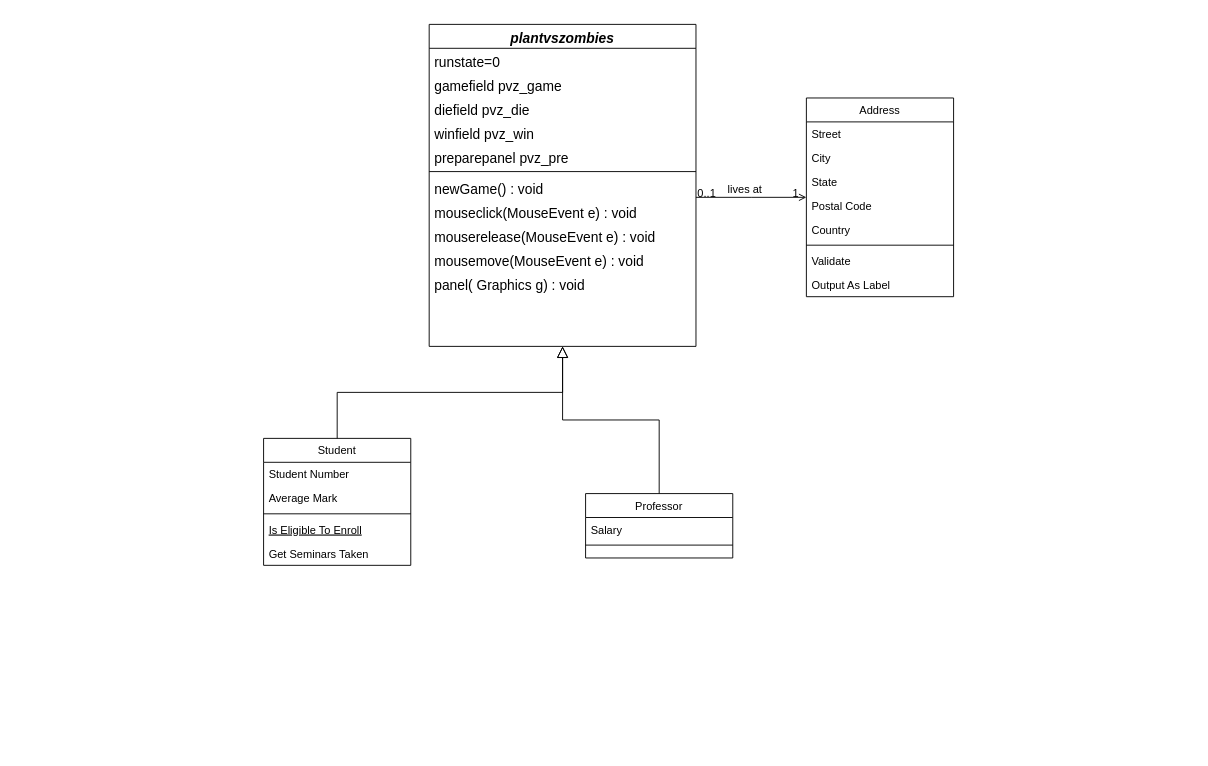
This is Untitled Diagram.drawio from meowie2k3/BoxOfParticle, a draw.io file, before an edit. Source tidied: cells renumbered, new cells numbered last; positions are measured from the earlier drawing's top-left corner, leaving out a move shared by most shapes. Both pictures are drawn from the tidied source at 92%, with x=0, y=0 at pixel (263, 24).
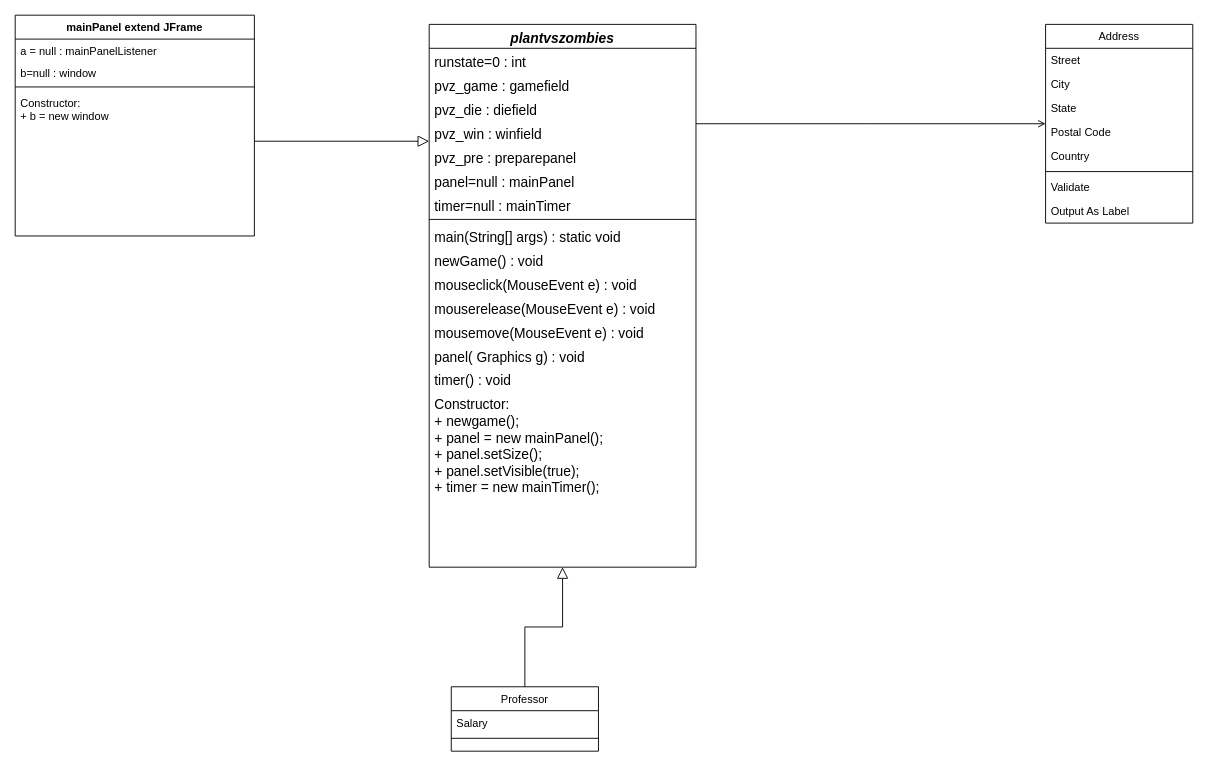
After the change.

Unchanged cells that the change refers to:
```xml
<mxCell id="34" style="endArrow=open;shadow=0;strokeWidth=1;rounded=0;endFill=1;edgeStyle=elbowEdgeStyle;elbow=vertical;" parent="1" edge="1" source="2" target="25">
  <mxGeometry x="0.5" y="41" relative="1" as="geometry">
    <mxPoint x="-40" y="32" as="offset" />
  </mxGeometry>
</mxCell>
```

Diff of the diagram source:
```diff
@@
     <mxCell id="2" value="plantvszombies" style="swimlane;fontStyle=3;align=center;verticalAlign=top;horizontal=1;startSize=26;rounded=0;shadow=0;strokeWidth=1;fontSize=15;" parent="1" vertex="1">
-      <mxGeometry x="180" width="290" height="350" as="geometry" />
+      <mxGeometry x="180" width="290" height="590" as="geometry" />
     </mxCell>
-    <mxCell id="3" value="runstate=0" style="text;align=left;verticalAlign=top;spacingLeft=4;spacingRight=4;overflow=hidden;fontSize=15;" parent="2" vertex="1">
+    <mxCell id="3" value="runstate=0 : int" style="text;align=left;verticalAlign=top;spacingLeft=4;spacingRight=4;overflow=hidden;fontSize=15;" parent="2" vertex="1">
       <mxGeometry y="26" width="290" height="26" as="geometry" />
     </mxCell>
-    <mxCell id="4" value="gamefield pvz_game" style="text;align=left;verticalAlign=top;spacingLeft=4;spacingRight=4;overflow=hidden;rounded=0;shadow=0;html=0;fontSize=15;" parent="2" vertex="1">
+    <mxCell id="4" value="pvz_game : gamefield" style="text;align=left;verticalAlign=top;spacingLeft=4;spacingRight=4;overflow=hidden;rounded=0;shadow=0;html=0;fontSize=15;" parent="2" vertex="1">
       <mxGeometry y="52" width="290" height="26" as="geometry" />
     </mxCell>
-    <mxCell id="5" value="diefield pvz_die" style="text;align=left;verticalAlign=top;spacingLeft=4;spacingRight=4;overflow=hidden;rounded=0;shadow=0;html=0;fontSize=15;" parent="2" vertex="1">
+    <mxCell id="5" value="pvz_die : diefield" style="text;align=left;verticalAlign=top;spacingLeft=4;spacingRight=4;overflow=hidden;rounded=0;shadow=0;html=0;fontSize=15;" parent="2" vertex="1">
       <mxGeometry y="78" width="290" height="26" as="geometry" />
     </mxCell>
-    <mxCell id="6" value="winfield pvz_win" style="text;align=left;verticalAlign=top;spacingLeft=4;spacingRight=4;overflow=hidden;rounded=0;shadow=0;html=0;fontSize=15;" parent="2" vertex="1">
+    <mxCell id="6" value="pvz_win : winfield" style="text;align=left;verticalAlign=top;spacingLeft=4;spacingRight=4;overflow=hidden;rounded=0;shadow=0;html=0;fontSize=15;" parent="2" vertex="1">
       <mxGeometry y="104" width="290" height="26" as="geometry" />
     </mxCell>
-    <mxCell id="7" value="preparepanel pvz_pre" style="text;align=left;verticalAlign=top;spacingLeft=4;spacingRight=4;overflow=hidden;rounded=0;shadow=0;html=0;fontSize=15;" parent="2" vertex="1">
+    <mxCell id="7" value="pvz_pre : preparepanel" style="text;align=left;verticalAlign=top;spacingLeft=4;spacingRight=4;overflow=hidden;rounded=0;shadow=0;html=0;fontSize=15;" parent="2" vertex="1">
       <mxGeometry y="130" width="290" height="26" as="geometry" />
     </mxCell>
+    <mxCell id="38" value="panel=null : mainPanel" style="text;align=left;verticalAlign=top;spacingLeft=4;spacingRight=4;overflow=hidden;rounded=0;shadow=0;html=0;fontSize=15;" parent="2" vertex="1">
+      <mxGeometry y="156" width="290" height="26" as="geometry" />
+    </mxCell>
+    <mxCell id="39" value="timer=null : mainTimer" style="text;align=left;verticalAlign=top;spacingLeft=4;spacingRight=4;overflow=hidden;rounded=0;shadow=0;html=0;fontSize=15;" parent="2" vertex="1">
+      <mxGeometry y="182" width="290" height="26" as="geometry" />
+    </mxCell>
     <mxCell id="8" style="line;html=1;strokeWidth=1;align=left;verticalAlign=middle;spacingTop=-1;spacingLeft=3;spacingRight=3;labelPosition=right;" parent="2" vertex="1">
-      <mxGeometry y="156" width="290" height="8" as="geometry" />
+      <mxGeometry y="208" width="290" height="8" as="geometry" />
     </mxCell>
+    <mxCell id="40" value="main(String[] args) : static void" style="text;align=left;verticalAlign=top;spacingLeft=4;spacingRight=4;overflow=hidden;fontSize=15;" parent="2" vertex="1">
+      <mxGeometry y="216" width="290" height="26" as="geometry" />
+    </mxCell>
     <mxCell id="9" value="newGame() : void" style="text;align=left;verticalAlign=top;spacingLeft=4;spacingRight=4;overflow=hidden;fontSize=15;" parent="2" vertex="1">
-      <mxGeometry y="164" width="290" height="26" as="geometry" />
+      <mxGeometry y="242" width="290" height="26" as="geometry" />
     </mxCell>
     <mxCell id="10" value="mouseclick(MouseEvent e) : void" style="text;align=left;verticalAlign=top;spacingLeft=4;spacingRight=4;overflow=hidden;fontSize=15;" parent="2" vertex="1">
-      <mxGeometry y="190" width="290" height="26" as="geometry" />
+      <mxGeometry y="268" width="290" height="26" as="geometry" />
     </mxCell>
     <mxCell id="11" value="mouserelease(MouseEvent e) : void" style="text;align=left;verticalAlign=top;spacingLeft=4;spacingRight=4;overflow=hidden;fontSize=15;" parent="2" vertex="1">
-      <mxGeometry y="216" width="290" height="26" as="geometry" />
+      <mxGeometry y="294" width="290" height="26" as="geometry" />
     </mxCell>
     <mxCell id="12" value="mousemove(MouseEvent e) : void" style="text;align=left;verticalAlign=top;spacingLeft=4;spacingRight=4;overflow=hidden;fontSize=15;" parent="2" vertex="1">
-      <mxGeometry y="242" width="290" height="26" as="geometry" />
+      <mxGeometry y="320" width="290" height="26" as="geometry" />
     </mxCell>
     <mxCell id="13" value="panel( Graphics g) : void" style="text;align=left;verticalAlign=top;spacingLeft=4;spacingRight=4;overflow=hidden;fontSize=15;" parent="2" vertex="1">
-      <mxGeometry y="268" width="290" height="26" as="geometry" />
+      <mxGeometry y="346" width="290" height="26" as="geometry" />
     </mxCell>
+    <mxCell id="41" value="timer() : void" style="text;align=left;verticalAlign=top;spacingLeft=4;spacingRight=4;overflow=hidden;fontSize=15;" parent="2" vertex="1">
+      <mxGeometry y="372" width="290" height="26" as="geometry" />
+    </mxCell>
+    <mxCell id="42" value="Constructor: &#10;+ newgame();&#10;+ panel = new mainPanel();&#10;+ panel.setSize();&#10;+ panel.setVisible(true);&#10;+ timer = new mainTimer();" style="text;align=left;verticalAlign=top;spacingLeft=4;spacingRight=4;overflow=hidden;fontSize=15;" parent="2" vertex="1">
+      <mxGeometry y="398" width="290" height="122" as="geometry" />
+    </mxCell>
-    <mxCell id="14" value="Student" style="swimlane;fontStyle=0;align=center;verticalAlign=top;horizontal=1;startSize=26;rounded=0;shadow=0;strokeWidth=1;" parent="1" vertex="1">
-      <mxGeometry y="450" width="160" height="138" as="geometry" />
+    <mxCell id="14" value="mainPanel extend JFrame" style="swimlane;fontStyle=1;align=center;verticalAlign=top;horizontal=1;startSize=26;rounded=0;shadow=0;strokeWidth=1;" parent="1" vertex="1">
+      <mxGeometry x="-270" y="-10" width="260" height="240" as="geometry" />
     </mxCell>
-    <mxCell id="15" value="Student Number" style="text;align=left;verticalAlign=top;spacingLeft=4;spacingRight=4;overflow=hidden;" parent="14" vertex="1">
-      <mxGeometry y="26" width="160" height="26" as="geometry" />
+    <mxCell id="15" value="a = null : mainPanelListener" style="text;align=left;verticalAlign=top;spacingLeft=4;spacingRight=4;overflow=hidden;" parent="14" vertex="1">
+      <mxGeometry y="26" width="260" height="24" as="geometry" />
     </mxCell>
-    <mxCell id="16" value="Average Mark" style="text;align=left;verticalAlign=top;spacingLeft=4;spacingRight=4;overflow=hidden;rounded=0;shadow=0;html=0;" parent="14" vertex="1">
-      <mxGeometry y="52" width="160" height="26" as="geometry" />
-    </mxCell>
+    <mxCell id="43" value="b=null : window" style="text;align=left;verticalAlign=top;spacingLeft=4;spacingRight=4;overflow=hidden;" parent="14" vertex="1">
+      <mxGeometry y="50" width="260" height="24" as="geometry" />
+    </mxCell>
     <mxCell id="17" style="line;html=1;strokeWidth=1;align=left;verticalAlign=middle;spacingTop=-1;spacingLeft=3;spacingRight=3;labelPosition=right;" parent="14" vertex="1">
-      <mxGeometry y="78" width="160" height="8" as="geometry" />
+      <mxGeometry y="74" width="260" height="8" as="geometry" />
     </mxCell>
-    <mxCell id="18" value="Is Eligible To Enroll" style="text;align=left;verticalAlign=top;spacingLeft=4;spacingRight=4;overflow=hidden;fontStyle=4;" parent="14" vertex="1">
-      <mxGeometry y="86" width="160" height="26" as="geometry" />
+    <mxCell id="18" value="Constructor:&#10;+ b = new window" style="text;align=left;verticalAlign=top;spacingLeft=4;spacingRight=4;overflow=hidden;fontStyle=0;" parent="14" vertex="1">
+      <mxGeometry y="82" width="260" height="78" as="geometry" />
     </mxCell>
-    <mxCell id="19" value="Get Seminars Taken" style="text;align=left;verticalAlign=top;spacingLeft=4;spacingRight=4;overflow=hidden;" parent="14" vertex="1">
-      <mxGeometry y="112" width="160" height="26" as="geometry" />
-    </mxCell>
-    <mxCell id="20" style="endArrow=block;endSize=10;endFill=0;shadow=0;strokeWidth=1;rounded=0;edgeStyle=elbowEdgeStyle;elbow=vertical;" parent="1" edge="1" source="14" target="2">
-      <mxGeometry relative="1" as="geometry" />
+    <mxCell id="20" style="endArrow=block;endSize=10;endFill=0;shadow=0;strokeWidth=1;rounded=0;edgeStyle=elbowEdgeStyle;elbow=vertical;startArrow=none;" parent="1" edge="1" target="2">
+      <mxGeometry relative="1" as="geometry">
+        <mxPoint x="-10" y="127" as="sourcePoint" />
+      </mxGeometry>
     </mxCell>
     <mxCell id="21" value="Professor" style="swimlane;fontStyle=0;align=center;verticalAlign=top;horizontal=1;startSize=26;rounded=0;shadow=0;strokeWidth=1;" parent="1" vertex="1">
-      <mxGeometry x="350" y="510" width="160" height="70" as="geometry" />
+      <mxGeometry x="204" y="720" width="160" height="70" as="geometry" />
     </mxCell>
@@
     <mxCell id="25" value="Address" style="swimlane;fontStyle=0;align=center;verticalAlign=top;horizontal=1;startSize=26;rounded=0;shadow=0;strokeWidth=1;" parent="1" vertex="1">
-      <mxGeometry x="590" y="80" width="160" height="216" as="geometry" />
+      <mxGeometry x="850" width="160" height="216" as="geometry" />
     </mxCell>
@@
-    <mxCell id="35" value="0..1" style="align=left;verticalAlign=bottom;labelBackgroundColor=none;fontSize=12;" parent="34" vertex="1">
-      <mxGeometry x="-1" relative="1" as="geometry">
-        <mxPoint y="4" as="offset" />
-      </mxGeometry>
-    </mxCell>
-    <mxCell id="36" value="1" style="align=right;verticalAlign=bottom;labelBackgroundColor=none;fontSize=12;" parent="34" vertex="1">
-      <mxGeometry x="1" relative="1" as="geometry">
-        <mxPoint x="-7" y="4" as="offset" />
-      </mxGeometry>
-    </mxCell>
-    <mxCell id="37" value="lives at" style="text;html=1;align=center;verticalAlign=middle;labelBackgroundColor=none;rounded=0;shadow=0;strokeWidth=1;fontSize=12;" parent="34" vertex="1">
-      <mxGeometry x="0.5" y="49" relative="1" as="geometry">
-        <mxPoint x="-38" y="40" as="offset" />
-      </mxGeometry>
-    </mxCell>
```
